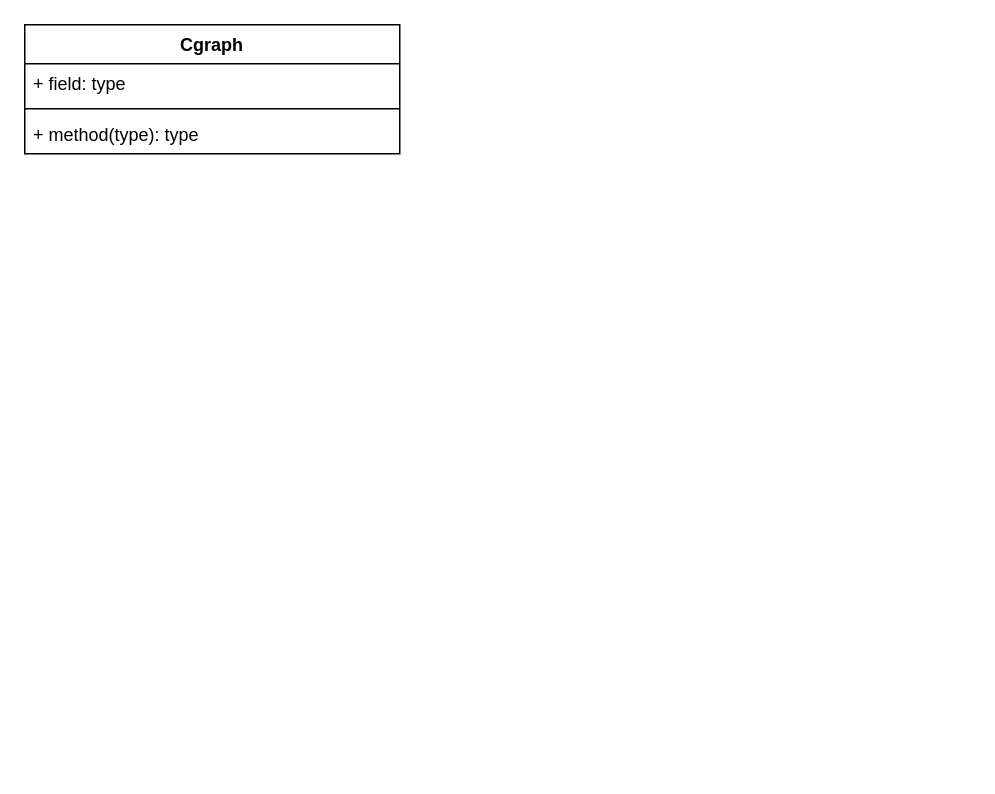
Before: ClassDiagram.drawio in Banalian/ProjetTutCppGraphs, a draw.io diagram. Source tidied: cells renumbered, new cells numbered last; positions are measured from the earlier drawing's top-left corner, leaving out a move shared by most shapes. Both pictures are drawn from the tidied source at 150%, with x=0, y=0 at pixel (24, 24).
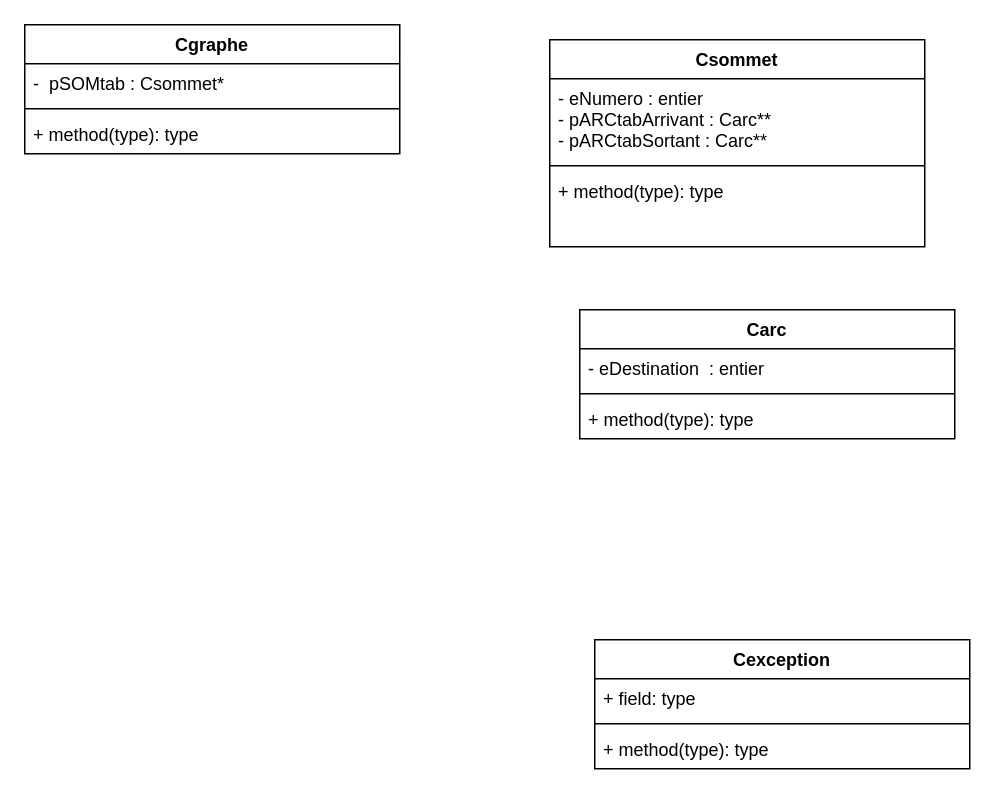
Above is the later version.

What changed in the source:
```diff
@@
 <mxGraphModel>
   <root>
     <mxCell id="0" />
     <mxCell id="1" parent="0" />
-    <mxCell id="2" value="Cgraph" style="swimlane;fontStyle=1;align=center;verticalAlign=top;horizontal=1;startSize=26;" parent="1" vertex="1">
+    <mxCell id="2" value="Cgraphe" style="swimlane;fontStyle=1;align=center;verticalAlign=top;horizontal=1;startSize=26;" parent="1" vertex="1">
       <mxGeometry width="250" height="86" as="geometry" />
     </mxCell>
-    <mxCell id="3" value="+ field: type" style="text;strokeColor=none;fillColor=none;align=left;verticalAlign=top;spacingLeft=4;spacingRight=4;overflow=hidden;" parent="2" vertex="1">
+    <mxCell id="3" value="-  pSOMtab : Csommet*" style="text;strokeColor=none;fillColor=none;align=left;verticalAlign=top;spacingLeft=4;spacingRight=4;overflow=hidden;" parent="2" vertex="1">
       <mxGeometry y="26" width="250" height="26" as="geometry" />
     </mxCell>
     <mxCell id="4" style="line;strokeWidth=1;fillColor=none;align=left;verticalAlign=middle;spacingTop=-1;spacingLeft=3;spacingRight=3;labelPosition=right;" parent="2" vertex="1">
       <mxGeometry y="52" width="250" height="8" as="geometry" />
     </mxCell>
     <mxCell id="5" value="+ method(type): type" style="text;strokeColor=none;fillColor=none;align=left;verticalAlign=top;spacingLeft=4;spacingRight=4;overflow=hidden;" parent="2" vertex="1">
       <mxGeometry y="60" width="250" height="26" as="geometry" />
     </mxCell>
+    <mxCell id="6" value="Csommet" style="swimlane;fontStyle=1;align=center;verticalAlign=top;horizontal=1;startSize=26;" parent="1" vertex="1">
+      <mxGeometry x="350" y="10" width="250" height="138" as="geometry" />
+    </mxCell>
+    <mxCell id="7" value="- eNumero : entier&#10;- pARCtabArrivant : Carc**&#10;- pARCtabSortant : Carc**" style="text;strokeColor=none;fillColor=none;align=left;verticalAlign=top;spacingLeft=4;spacingRight=4;overflow=hidden;" parent="6" vertex="1">
+      <mxGeometry y="26" width="250" height="54" as="geometry" />
+    </mxCell>
+    <mxCell id="8" style="line;strokeWidth=1;fillColor=none;align=left;verticalAlign=middle;spacingTop=-1;spacingLeft=3;spacingRight=3;labelPosition=right;" parent="6" vertex="1">
+      <mxGeometry y="80" width="250" height="8" as="geometry" />
+    </mxCell>
+    <mxCell id="9" value="+ method(type): type" style="text;strokeColor=none;fillColor=none;align=left;verticalAlign=top;spacingLeft=4;spacingRight=4;overflow=hidden;" parent="6" vertex="1">
+      <mxGeometry y="88" width="250" height="50" as="geometry" />
+    </mxCell>
+    <mxCell id="10" value="Carc" style="swimlane;fontStyle=1;align=center;verticalAlign=top;horizontal=1;startSize=26;" parent="1" vertex="1">
+      <mxGeometry x="370" y="190" width="250" height="86" as="geometry" />
+    </mxCell>
+    <mxCell id="11" value="- eDestination  : entier" style="text;strokeColor=none;fillColor=none;align=left;verticalAlign=top;spacingLeft=4;spacingRight=4;overflow=hidden;" parent="10" vertex="1">
+      <mxGeometry y="26" width="250" height="26" as="geometry" />
+    </mxCell>
+    <mxCell id="12" style="line;strokeWidth=1;fillColor=none;align=left;verticalAlign=middle;spacingTop=-1;spacingLeft=3;spacingRight=3;labelPosition=right;" parent="10" vertex="1">
+      <mxGeometry y="52" width="250" height="8" as="geometry" />
+    </mxCell>
+    <mxCell id="13" value="+ method(type): type" style="text;strokeColor=none;fillColor=none;align=left;verticalAlign=top;spacingLeft=4;spacingRight=4;overflow=hidden;" parent="10" vertex="1">
+      <mxGeometry y="60" width="250" height="26" as="geometry" />
+    </mxCell>
+    <mxCell id="14" value="Cexception" style="swimlane;fontStyle=1;align=center;verticalAlign=top;horizontal=1;startSize=26;" parent="1" vertex="1">
+      <mxGeometry x="380" y="410" width="250" height="86" as="geometry" />
+    </mxCell>
+    <mxCell id="15" value="+ field: type" style="text;strokeColor=none;fillColor=none;align=left;verticalAlign=top;spacingLeft=4;spacingRight=4;overflow=hidden;" parent="14" vertex="1">
+      <mxGeometry y="26" width="250" height="26" as="geometry" />
+    </mxCell>
+    <mxCell id="16" style="line;strokeWidth=1;fillColor=none;align=left;verticalAlign=middle;spacingTop=-1;spacingLeft=3;spacingRight=3;labelPosition=right;" parent="14" vertex="1">
+      <mxGeometry y="52" width="250" height="8" as="geometry" />
+    </mxCell>
+    <mxCell id="17" value="+ method(type): type" style="text;strokeColor=none;fillColor=none;align=left;verticalAlign=top;spacingLeft=4;spacingRight=4;overflow=hidden;" parent="14" vertex="1">
+      <mxGeometry y="60" width="250" height="26" as="geometry" />
+    </mxCell>
   </root>
 </mxGraphModel>
```
